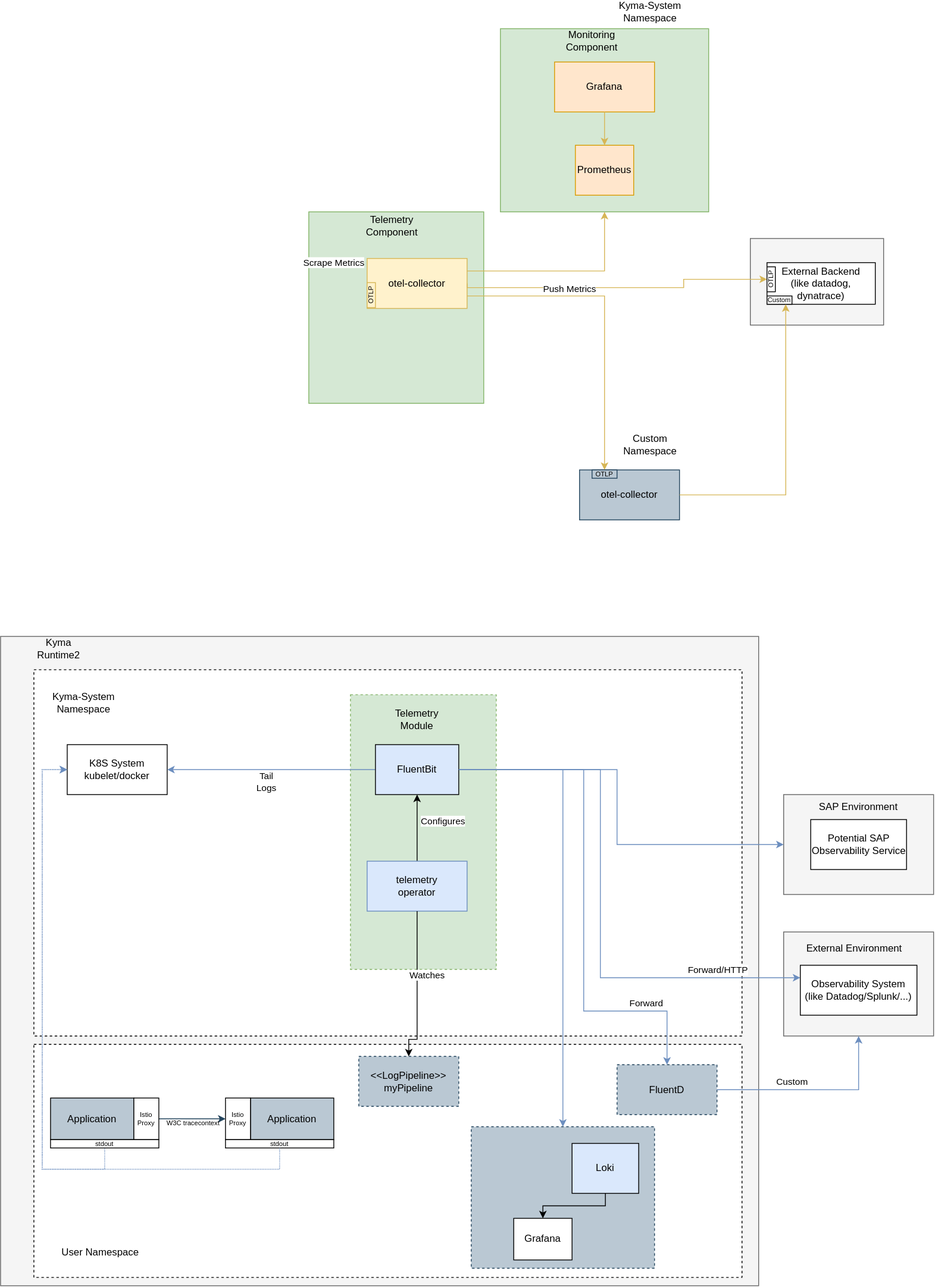
kyma-project/community keeps this draw.io diagram as concepts/observability-strategy/configurable-logging/assets/logging-future.drawio.svg. Above is the earlier version. Source tidied: cells renumbered, new cells last; positions are measured from the earlier drawing's top-left corner, leaving out a move shared by most shapes.
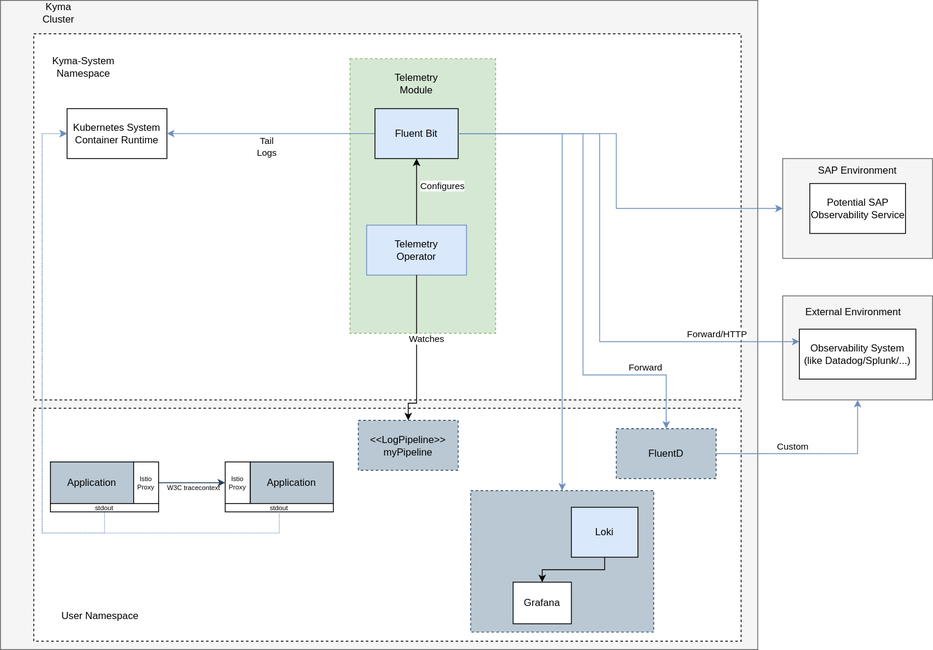
After the commit.

The edit, as a diff of the source:
```diff
@@ -20,7 +20,7 @@
     <mxCell id="7" style="rounded=0;whiteSpace=wrap;html=1;fillColor=#f5f5f5;strokeColor=#666666;fontColor=#333333;" parent="1" vertex="1">
       <mxGeometry x="940" y="1115" width="180" height="125" as="geometry" />
     </mxCell>
-    <mxCell id="8" value="K8S System&lt;br&gt;kubelet/docker" style="rounded=0;whiteSpace=wrap;html=1;fontColor=#000000;fillColor=#FFFFFF;strokeColor=#000000;" parent="1" vertex="1">
+    <mxCell id="8" value="Kubernetes System&lt;br&gt;Container Runtime" style="rounded=0;whiteSpace=wrap;html=1;fontColor=#000000;fillColor=#FFFFFF;strokeColor=#000000;" parent="1" vertex="1">
       <mxGeometry x="80" y="890" width="120" height="60" as="geometry" />
     </mxCell>
     <mxCell id="9" style="edgeStyle=orthogonalEdgeStyle;rounded=0;jettySize=auto;html=1;exitX=0;exitY=0.5;exitDx=0;exitDy=0;entryX=1;entryY=0.5;entryDx=0;entryDy=0;fillColor=#dae8fc;strokeColor=#6c8ebf;" parent="1" edge="1" source="33" target="8">
@@ -42,7 +42,7 @@
         </Array>
       </mxGeometry>
     </mxCell>
-    <mxCell id="12" value="Kyma Runtime2" style="text;html=1;strokeColor=none;fillColor=none;align=center;verticalAlign=middle;whiteSpace=wrap;rounded=0;fontColor=#000000;" parent="1" vertex="1">
+    <mxCell id="12" value="Kyma Cluster" style="text;html=1;strokeColor=none;fillColor=none;align=center;verticalAlign=middle;whiteSpace=wrap;rounded=0;fontColor=#000000;" parent="1" vertex="1">
       <mxGeometry x="50" y="765" width="40" height="20" as="geometry" />
     </mxCell>
     <mxCell id="13" value="Kyma-System Namespace" style="text;html=1;strokeColor=none;fillColor=none;align=center;verticalAlign=middle;whiteSpace=wrap;rounded=0;fontColor=#000000;" parent="1" vertex="1">
@@ -128,33 +128,9 @@
         </Array>
       </mxGeometry>
     </mxCell>
-    <mxCell id="33" value="FluentBit" style="rounded=0;whiteSpace=wrap;html=1;fillColor=#dae8fc;strokeColor=#000000;fontColor=#000000;" parent="1" vertex="1">
+    <mxCell id="33" value="Fluent Bit" style="rounded=0;whiteSpace=wrap;html=1;fillColor=#dae8fc;strokeColor=#000000;fontColor=#000000;" parent="1" vertex="1">
       <mxGeometry x="450" y="890" width="100" height="60" as="geometry" />
     </mxCell>
-    <mxCell id="34" value="&lt;span style=&quot;color: rgba(0 , 0 , 0 , 0) ; font-family: monospace ; font-size: 0px&quot;&gt;%3CmxGraphModel%3E%3Croot%3E%3CmxCell%20id%3D%220%22%2F%3E%3CmxCell%20id%3D%221%22%20parent%3D%220%22%2F%3E%3CmxCell%20id%3D%222%22%20style%3D%22edgeStyle%3DorthogonalEdgeStyle%3Brounded%3D0%3BorthogonalLoop%3D1%3BjettySize%3Dauto%3Bhtml%3D1%3BfillColor%3D%23fff2cc%3BstrokeColor%3D%23d6b656%3BjumpStyle%3Dgap%3BexitX%3D1%3BexitY%3D0.25%3BexitDx%3D0%3BexitDy%3D0%3BentryX%3D0.5%3BentryY%3D1%3BentryDx%3D0%3BentryDy%3D0%3B%22%20edge%3D%221%22%20parent%3D%221%22%3E%3CmxGeometry%20relative%3D%221%22%20as%3D%22geometry%22%3E%3CArray%20as%3D%22points%22%2F%3E%3CmxPoint%20x%3D%22350%22%20y%3D%22139%22%20as%3D%22sourcePoint%22%2F%3E%3CmxPoint%20x%3D%22515%22%20as%3D%22targetPoint%22%2F%3E%3C%2FmxGeometry%3E%3C%2FmxCell%3E%3C%2Froot%3E%3C%2FmxGraphModel%3E&lt;/span&gt;" style="rounded=0;whiteSpace=wrap;html=1;fillColor=#d5e8d4;strokeColor=#82b366;" parent="1" vertex="1">
-      <mxGeometry x="600" y="30" width="250" height="220" as="geometry" />
-    </mxCell>
-    <mxCell id="35" value="&lt;span style=&quot;color: rgba(0 , 0 , 0 , 0) ; font-family: monospace ; font-size: 0px&quot;&gt;%3CmxGraphModel%3E%3Croot%3E%3CmxCell%20id%3D%220%22%2F%3E%3CmxCell%20id%3D%221%22%20parent%3D%220%22%2F%3E%3CmxCell%20id%3D%222%22%20style%3D%22edgeStyle%3DorthogonalEdgeStyle%3Brounded%3D0%3BorthogonalLoop%3D1%3BjettySize%3Dauto%3Bhtml%3D1%3BfillColor%3D%23fff2cc%3BstrokeColor%3D%23d6b656%3BjumpStyle%3Dgap%3BexitX%3D1%3BexitY%3D0.25%3BexitDx%3D0%3BexitDy%3D0%3BentryX%3D0.5%3BentryY%3D1%3BentryDx%3D0%3BentryDy%3D0%3B%22%20edge%3D%221%22%20parent%3D%221%22%3E%3CmxGeometry%20relative%3D%221%22%20as%3D%22geometry%22%3E%3CArray%20as%3D%22points%22%2F%3E%3CmxPoint%20x%3D%22350%22%20y%3D%22139%22%20as%3D%22sourcePoint%22%2F%3E%3CmxPoint%20x%3D%22515%22%20as%3D%22targetPoint%22%2F%3E%3C%2FmxGeometry%3E%3C%2FmxCell%3E%3C%2Froot%3E%3C%2FmxGraphModel%3E&lt;/span&gt;" style="rounded=0;whiteSpace=wrap;html=1;fillColor=#d5e8d4;strokeColor=#82b366;" parent="1" vertex="1">
-      <mxGeometry x="370" y="250" width="210" height="230" as="geometry" />
-    </mxCell>
-    <mxCell id="36" value="otel-collector" style="rounded=0;whiteSpace=wrap;html=1;fillColor=#fff2cc;strokeColor=#d6b656;fontColor=#000000;" parent="1" vertex="1">
-      <mxGeometry x="440" y="306" width="120" height="60" as="geometry" />
-    </mxCell>
-    <mxCell id="37" value="Kyma-System Namespace" style="text;html=1;strokeColor=none;fillColor=none;align=center;verticalAlign=middle;whiteSpace=wrap;rounded=0;fontColor=#000000;" parent="1" vertex="1">
-      <mxGeometry x="735" width="90" height="20" as="geometry" />
-    </mxCell>
-    <mxCell id="38" value="Custom Namespace" style="text;html=1;strokeColor=none;fillColor=none;align=center;verticalAlign=middle;whiteSpace=wrap;rounded=0;fontColor=#000000;" parent="1" vertex="1">
-      <mxGeometry x="760" y="520" width="40" height="20" as="geometry" />
-    </mxCell>
-    <mxCell id="39" value="Grafana" style="rounded=0;whiteSpace=wrap;html=1;fillColor=#ffe6cc;strokeColor=#d79b00;" parent="1" vertex="1">
-      <mxGeometry x="665" y="70" width="120" height="60" as="geometry" />
-    </mxCell>
-    <mxCell id="40" value="Scrape Metrics" style="edgeLabel;html=1;align=center;verticalAlign=middle;" parent="1" vertex="1">
-      <mxGeometry x="399.6" y="310.4" as="geometry" />
-    </mxCell>
-    <mxCell id="41" value="OTLP" style="rounded=0;whiteSpace=wrap;html=1;fontSize=8;fillColor=#fff2cc;strokeColor=#d6b656;rotation=-90;" parent="1" vertex="1">
-      <mxGeometry x="430" y="345" width="30" height="10" as="geometry" />
-    </mxCell>
     <mxCell id="42" style="edgeStyle=orthogonalEdgeStyle;html=1;exitX=0.5;exitY=0;exitDx=0;exitDy=0;entryX=0.5;entryY=1;entryDx=0;entryDy=0;rounded=0;" parent="1" edge="1" source="44" target="33">
       <mxGeometry relative="1" as="geometry" />
     </mxCell>
@@ -163,7 +139,7 @@
         <mxPoint x="32" y="6" as="offset" />
       </mxGeometry>
     </mxCell>
-    <mxCell id="44" value="telemetry&lt;br&gt;operator" style="rounded=0;whiteSpace=wrap;html=1;fillColor=#dae8fc;strokeColor=#6c8ebf;" parent="1" vertex="1">
+    <mxCell id="44" value="Telemetry&lt;br&gt;Operator" style="rounded=0;whiteSpace=wrap;html=1;fillColor=#dae8fc;strokeColor=#6c8ebf;" parent="1" vertex="1">
       <mxGeometry x="440" y="1030" width="120" height="60" as="geometry" />
     </mxCell>
     <mxCell id="45" style="edgeStyle=orthogonalEdgeStyle;html=1;exitX=0.5;exitY=1;exitDx=0;exitDy=0;rounded=0;entryX=0.5;entryY=0;entryDx=0;entryDy=0;" parent="1" edge="1" source="44" target="62">
@@ -179,58 +155,6 @@
         <mxPoint x="9" y="-48" as="offset" />
       </mxGeometry>
     </mxCell>
-    <mxCell id="47" style="rounded=0;whiteSpace=wrap;html=1;fillColor=#f5f5f5;strokeColor=#666666;fontColor=#333333;" parent="1" vertex="1">
-      <mxGeometry x="900" y="282" width="160" height="104" as="geometry" />
-    </mxCell>
-    <mxCell id="48" value="External Backend&lt;br&gt;(like datadog, dynatrace)" style="rounded=0;whiteSpace=wrap;html=1;" parent="1" vertex="1">
-      <mxGeometry x="920" y="311" width="130" height="50" as="geometry" />
-    </mxCell>
-    <mxCell id="49" style="edgeStyle=orthogonalEdgeStyle;rounded=0;jettySize=auto;html=1;fillColor=#fff2cc;strokeColor=#d6b656;jumpStyle=gap;exitX=1;exitY=0.5;exitDx=0;exitDy=0;entryX=0.5;entryY=0;entryDx=0;entryDy=0;" parent="1" edge="1" source="36" target="51">
-      <mxGeometry relative="1" as="geometry">
-        <Array as="points">
-          <mxPoint x="820" y="341" />
-          <mxPoint x="820" y="331" />
-        </Array>
-      </mxGeometry>
-    </mxCell>
-    <mxCell id="50" value="Push Metrics" style="edgeLabel;html=1;align=center;verticalAlign=middle;" parent="49" vertex="1">
-      <mxGeometry x="-0.2" y="-1" relative="1" as="geometry">
-        <mxPoint x="-21" as="offset" />
-      </mxGeometry>
-    </mxCell>
-    <mxCell id="51" value="OTLP" style="rounded=0;whiteSpace=wrap;html=1;fontSize=8;rotation=-90;" parent="1" vertex="1">
-      <mxGeometry x="910" y="326" width="30" height="10" as="geometry" />
-    </mxCell>
-    <mxCell id="52" value="otel-collector" style="rounded=0;whiteSpace=wrap;html=1;fillColor=#bac8d3;strokeColor=#23445d;" parent="1" vertex="1">
-      <mxGeometry x="695" y="560" width="120" height="60" as="geometry" />
-    </mxCell>
-    <mxCell id="53" style="edgeStyle=orthogonalEdgeStyle;rounded=0;jettySize=auto;html=1;fillColor=#fff2cc;strokeColor=#d6b656;jumpStyle=gap;exitX=1;exitY=0.75;exitDx=0;exitDy=0;entryX=0.25;entryY=0;entryDx=0;entryDy=0;" parent="1" edge="1" source="36" target="52">
-      <mxGeometry relative="1" as="geometry" />
-    </mxCell>
-    <mxCell id="54" value="Custom" style="rounded=0;whiteSpace=wrap;html=1;fontSize=8;rotation=0;" parent="1" vertex="1">
-      <mxGeometry x="920" y="351" width="30" height="10" as="geometry" />
-    </mxCell>
-    <mxCell id="55" style="edgeStyle=orthogonalEdgeStyle;rounded=0;jettySize=auto;html=1;fillColor=#fff2cc;strokeColor=#d6b656;jumpStyle=gap;exitX=1;exitY=0.5;exitDx=0;exitDy=0;entryX=0.75;entryY=1;entryDx=0;entryDy=0;" parent="1" edge="1" source="52" target="54">
-      <mxGeometry relative="1" as="geometry" />
-    </mxCell>
-    <mxCell id="56" value="OTLP" style="rounded=0;whiteSpace=wrap;html=1;fontSize=8;rotation=0;fillColor=#bac8d3;strokeColor=#23445d;" parent="1" vertex="1">
-      <mxGeometry x="710" y="560" width="30" height="10" as="geometry" />
-    </mxCell>
-    <mxCell id="57" value="Prometheus" style="rounded=0;whiteSpace=wrap;html=1;fillColor=#ffe6cc;strokeColor=#d79b00;" parent="1" vertex="1">
-      <mxGeometry x="690" y="170" width="70" height="60" as="geometry" />
-    </mxCell>
-    <mxCell id="58" style="edgeStyle=orthogonalEdgeStyle;rounded=0;jettySize=auto;html=1;fillColor=#fff2cc;strokeColor=#d6b656;jumpStyle=gap;exitX=1;exitY=0.25;exitDx=0;exitDy=0;entryX=0.5;entryY=1;entryDx=0;entryDy=0;" parent="1" edge="1" source="36" target="34">
-      <mxGeometry relative="1" as="geometry" />
-    </mxCell>
-    <mxCell id="59" style="edgeStyle=orthogonalEdgeStyle;rounded=0;jettySize=auto;html=1;fillColor=#fff2cc;strokeColor=#d6b656;jumpStyle=gap;exitX=0.5;exitY=0;exitDx=0;exitDy=0;entryX=0.5;entryY=1;entryDx=0;entryDy=0;startArrow=classic;startFill=1;endArrow=none;endFill=0;" parent="1" edge="1" source="57" target="39">
-      <mxGeometry relative="1" as="geometry" />
-    </mxCell>
-    <mxCell id="60" value="Telemetry Component" style="text;html=1;strokeColor=none;fillColor=none;align=center;verticalAlign=middle;whiteSpace=wrap;rounded=0;" parent="1" vertex="1">
-      <mxGeometry x="440" y="252" width="60" height="30" as="geometry" />
-    </mxCell>
-    <mxCell id="61" value="Monitoring Component" style="text;html=1;strokeColor=none;fillColor=none;align=center;verticalAlign=middle;whiteSpace=wrap;rounded=0;" parent="1" vertex="1">
-      <mxGeometry x="680" y="30" width="60" height="30" as="geometry" />
-    </mxCell>
     <mxCell id="62" value="&amp;lt;&amp;lt;LogPipeline&amp;gt;&amp;gt;&lt;br&gt;myPipeline" style="rounded=0;whiteSpace=wrap;html=1;fillColor=#bac8d3;strokeColor=#23445d;fontColor=#000000;dashed=1;" parent="1" vertex="1">
       <mxGeometry x="430" y="1264.5" width="120" height="60" as="geometry" />
     </mxCell>
```
